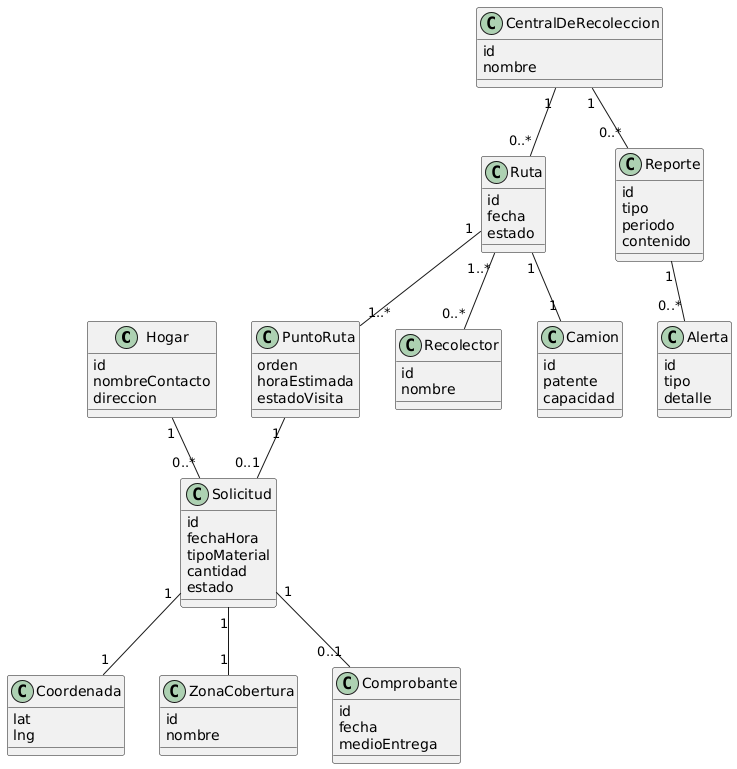
diss17/proyecto_is1 keeps this PlantUML diagram as 05_ayudantia/EsquemaConceptual.png. Above is the earlier version.
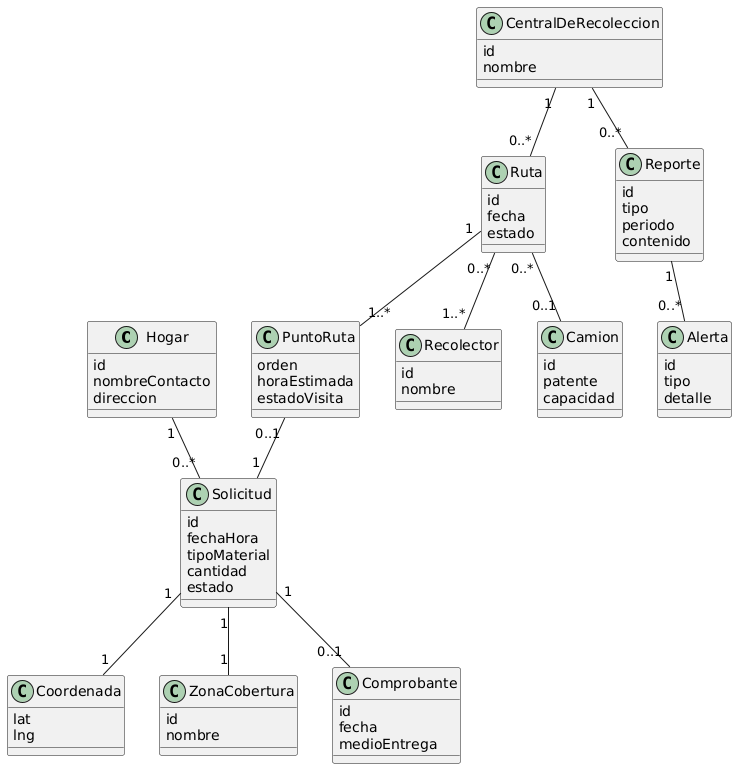
Above is the later version.

Commit message:
Mejoras Esquema Conceptual y trazabilidad

Change to the diagram source:
```diff
@@ -62,16 +62,19 @@
 }
 
 Hogar "1" -- "0..*" Solicitud
+
 Solicitud "1" -- "1" Coordenada
 Solicitud "1" -- "1" ZonaCobertura
 
 CentralDeRecoleccion "1" -- "0..*" Ruta
-Ruta "1" -- "1" Camion
-Ruta "1..*" -- "0..*" Recolector
+
+Ruta "0..*" -- "0..1" Camion
+
+Ruta "0..*" -- "1..*" Recolector
 
 Ruta "1" -- "1..*" PuntoRuta
-PuntoRuta "1" -- "0..1" Solicitud
 
+PuntoRuta "0..1" -- "1" Solicitud
 
 Solicitud "1" -- "0..1" Comprobante
 
```
